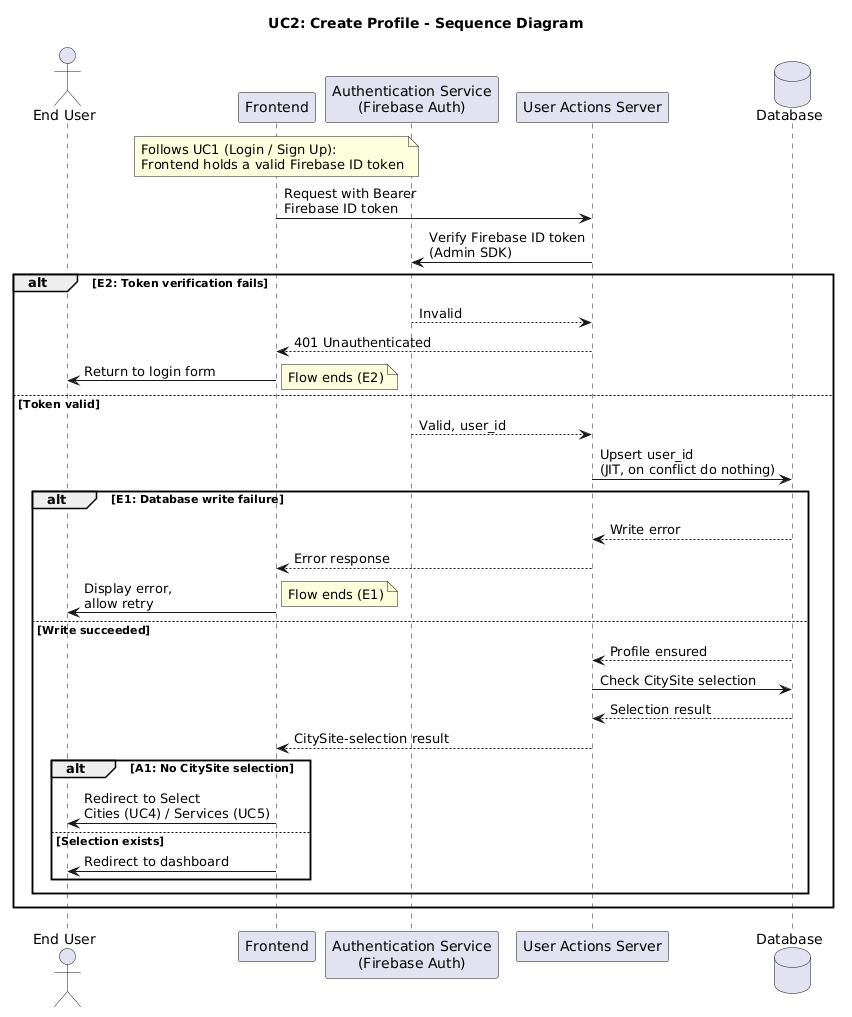
The PlantUML diagram requirements/sequence_diagrams/UC2_Create_Profile.png in ManosMorf97/Weather-Forecasts-AI-Remastered, before a commit.
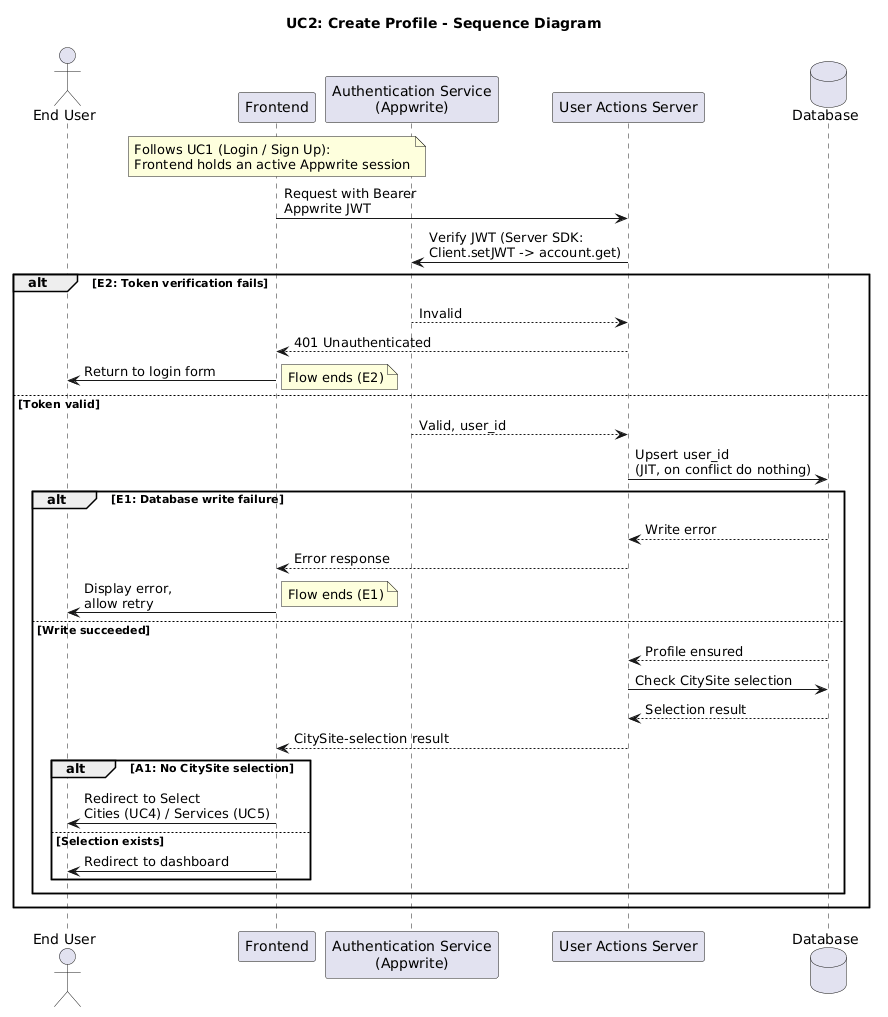
Above is the later version.

What changed in the source:
```diff
@@ -3,14 +3,14 @@
 
 actor "End User" as User
 participant "Frontend" as Frontend
-participant "Authentication Service\n(Firebase Auth)" as Auth
+participant "Authentication Service\n(Appwrite)" as Auth
 participant "User Actions Server" as UserServer
 database "Database" as DB
 
-note over Frontend: Follows UC1 (Login / Sign Up):\nFrontend holds a valid Firebase ID token
+note over Frontend: Follows UC1 (Login / Sign Up):\nFrontend holds an active Appwrite session
 
-Frontend -> UserServer: Request with Bearer\nFirebase ID token
-UserServer -> Auth: Verify Firebase ID token\n(Admin SDK)
+Frontend -> UserServer: Request with Bearer\nAppwrite JWT
+UserServer -> Auth: Verify JWT (Server SDK:\nClient.setJWT -> account.get)
 
 alt E2: Token verification fails
   Auth --> UserServer: Invalid
```
